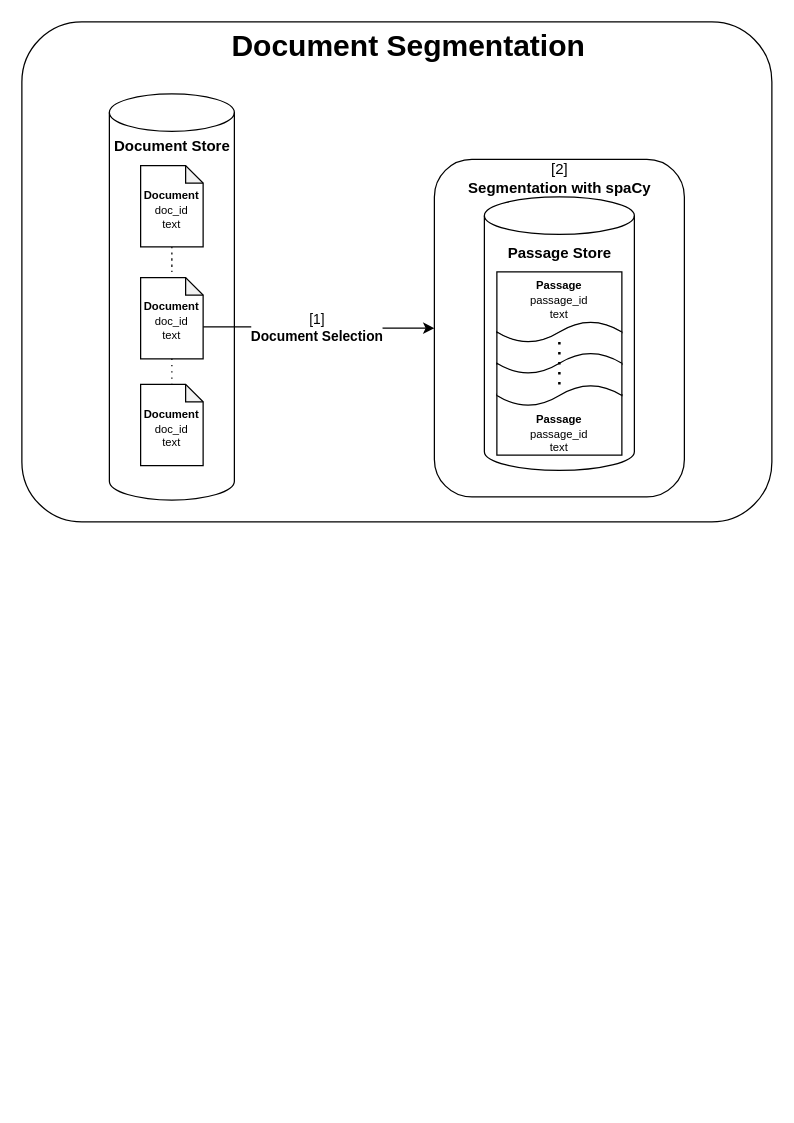
Before: page "document segmentation" (4 of 7) of thesis/graphics/drawio/stages.drawio in Integer-Ctrl/thesis-fhofer, a draw.io diagram. Source tidied: cells renumbered, new cells numbered last; positions are measured from the earlier drawing's top-left corner, leaving out a move shared by most shapes. Both pictures are drawn from the tidied source at 125%, with x=0, y=0 at pixel (21, 21).
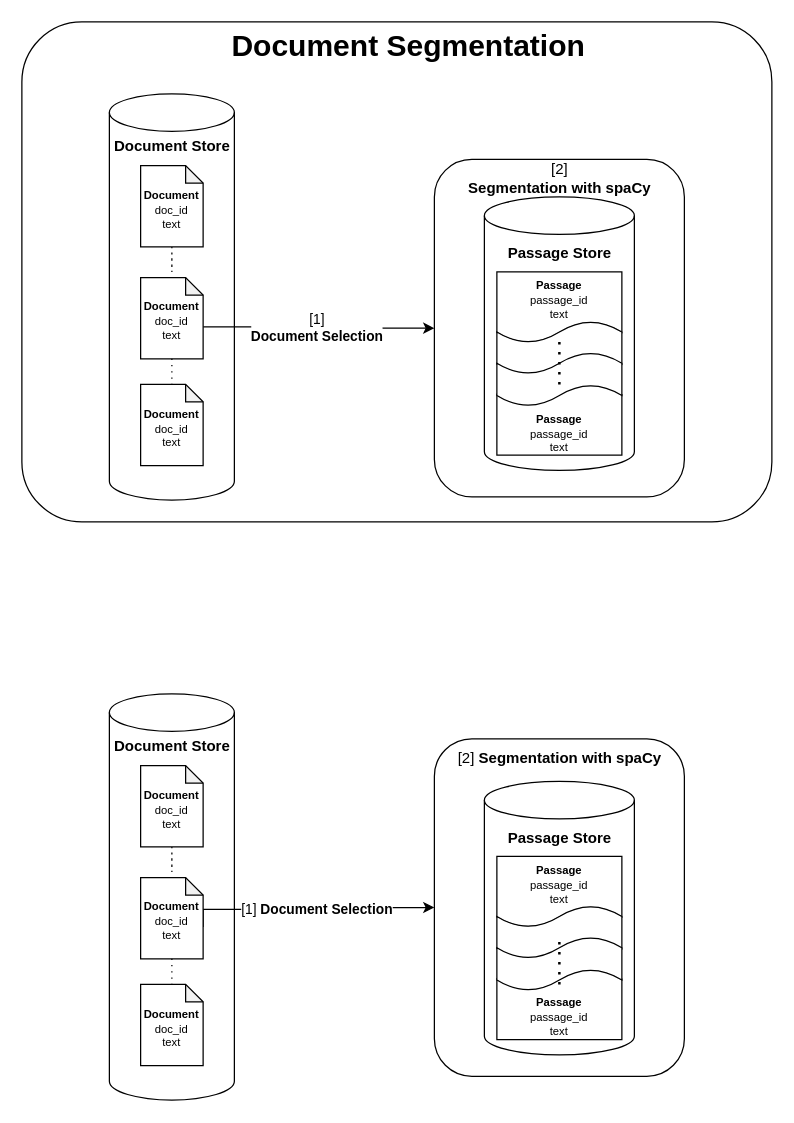
The same page after the edit.

The edit, as a diff of the source:
```diff
@@
+    <mxCell id="22" style="rounded=1;whiteSpace=wrap;html=1;" parent="1" vertex="1">
+      <mxGeometry x="330" y="573.5" width="200" height="270" as="geometry" />
+    </mxCell>
+    <mxCell id="23" style="shape=cylinder3;whiteSpace=wrap;html=1;boundedLbl=1;backgroundOutline=1;size=15;" parent="1" vertex="1">
+      <mxGeometry x="370" y="607.6" width="120" height="218.8" as="geometry" />
+    </mxCell>
+    <mxCell id="24" style="shape=cylinder3;whiteSpace=wrap;html=1;boundedLbl=1;backgroundOutline=1;size=15;" parent="1" vertex="1">
+      <mxGeometry x="70" y="537.5" width="100" height="325" as="geometry" />
+    </mxCell>
+    <mxCell id="25" style="edgeStyle=orthogonalEdgeStyle;rounded=0;jettySize=auto;html=1;exitX=0.5;exitY=1;exitDx=0;exitDy=0;exitPerimeter=0;dashed=1;dashPattern=1 4;endArrow=none;startFill=0;" parent="1" edge="1" source="26" target="29">
+      <mxGeometry relative="1" as="geometry" />
+    </mxCell>
+    <mxCell id="26" value="&lt;b&gt;&lt;font style=&quot;font-size: 9px;&quot;&gt;Document&lt;/font&gt;&lt;/b&gt;&lt;div style=&quot;line-height: 90%;&quot;&gt;&lt;font style=&quot;font-size: 9px; line-height: 90%;&quot;&gt;doc_id&lt;/font&gt;&lt;/div&gt;&lt;div style=&quot;line-height: 90%;&quot;&gt;&lt;font style=&quot;font-size: 9px; line-height: 90%;&quot;&gt;text&lt;/font&gt;&lt;/div&gt;" style="shape=note;whiteSpace=wrap;html=1;backgroundOutline=1;darkOpacity=0.05;size=14;" parent="1" vertex="1">
+      <mxGeometry x="95" y="595" width="50" height="65" as="geometry" />
+    </mxCell>
+    <mxCell id="27" style="edgeStyle=orthogonalEdgeStyle;rounded=0;jettySize=auto;html=1;exitX=0;exitY=0;exitDx=50;exitDy=39.5;exitPerimeter=0;entryX=0;entryY=0.5;entryDx=0;entryDy=0;" parent="1" edge="1" source="29" target="22">
+      <mxGeometry relative="1" as="geometry">
+        <Array as="points">
+          <mxPoint x="145" y="710" />
+          <mxPoint x="238" y="710" />
+          <mxPoint x="238" y="709" />
+        </Array>
+      </mxGeometry>
+    </mxCell>
+    <mxCell id="28" value="[1]&amp;nbsp;&lt;b style=&quot;color: light-dark(rgb(0, 0, 0), rgb(255, 255, 255)); background-color: light-dark(#ffffff, var(--ge-dark-color, #121212));&quot;&gt;Document Selection&lt;/b&gt;" style="edgeLabel;html=1;align=center;verticalAlign=middle;" parent="27" vertex="1">
+      <mxGeometry y="-2" relative="1" as="geometry">
+        <mxPoint x="4" y="-3" as="offset" />
+      </mxGeometry>
+    </mxCell>
+    <mxCell id="29" value="&lt;b&gt;&lt;font style=&quot;font-size: 9px;&quot;&gt;Document&lt;/font&gt;&lt;/b&gt;&lt;div style=&quot;line-height: 90%;&quot;&gt;&lt;font style=&quot;font-size: 9px; line-height: 90%;&quot;&gt;doc_id&lt;/font&gt;&lt;/div&gt;&lt;div style=&quot;line-height: 90%;&quot;&gt;&lt;font style=&quot;font-size: 9px; line-height: 90%;&quot;&gt;text&lt;/font&gt;&lt;/div&gt;" style="shape=note;whiteSpace=wrap;html=1;backgroundOutline=1;darkOpacity=0.05;size=14;" parent="1" vertex="1">
+      <mxGeometry x="95" y="684.5" width="50" height="65" as="geometry" />
+    </mxCell>
+    <mxCell id="30" value="[2]&amp;nbsp;&lt;b style=&quot;background-color: transparent; color: light-dark(rgb(0, 0, 0), rgb(255, 255, 255));&quot;&gt;Segmentation with spaCy&lt;/b&gt;" style="text;html=1;align=center;verticalAlign=middle;strokeColor=none;fillColor=none;" parent="1" vertex="1">
+      <mxGeometry x="335" y="573.5" width="190" height="30" as="geometry" />
+    </mxCell>
+    <mxCell id="31" value="&lt;b&gt;&lt;font style=&quot;font-size: 9px;&quot;&gt;Document&lt;/font&gt;&lt;/b&gt;&lt;div style=&quot;line-height: 90%;&quot;&gt;&lt;font style=&quot;font-size: 9px; line-height: 90%;&quot;&gt;doc_id&lt;/font&gt;&lt;/div&gt;&lt;div style=&quot;line-height: 90%;&quot;&gt;&lt;font style=&quot;font-size: 9px; line-height: 90%;&quot;&gt;text&lt;/font&gt;&lt;/div&gt;" style="shape=note;whiteSpace=wrap;html=1;backgroundOutline=1;darkOpacity=0.05;size=14;" parent="1" vertex="1">
+      <mxGeometry x="95" y="770" width="50" height="65" as="geometry" />
+    </mxCell>
+    <mxCell id="32" value="&lt;font style=&quot;font-size: 9px;&quot;&gt;&lt;b&gt;Passage&lt;/b&gt;&lt;/font&gt;&lt;div style=&quot;line-height: 90%;&quot;&gt;&lt;font style=&quot;font-size: 9px; line-height: 90%;&quot;&gt;passage_id&lt;/font&gt;&lt;/div&gt;&lt;div style=&quot;line-height: 90%;&quot;&gt;&lt;font style=&quot;font-size: 9px; line-height: 90%;&quot;&gt;text&lt;/font&gt;&lt;/div&gt;" style="shape=document;whiteSpace=wrap;html=1;boundedLbl=1;" parent="1" vertex="1">
+      <mxGeometry x="380" y="667.6" width="100" height="57" as="geometry" />
+    </mxCell>
+    <mxCell id="33" style="shape=tape;whiteSpace=wrap;html=1;" parent="1" vertex="1">
+      <mxGeometry x="380" y="707.1" width="100" height="43" as="geometry" />
+    </mxCell>
+    <mxCell id="34" value="&lt;font style=&quot;font-size: 9px;&quot;&gt;&lt;b style=&quot;&quot;&gt;Passage&lt;/b&gt;&lt;/font&gt;&lt;div style=&quot;line-height: 90%;&quot;&gt;&lt;font style=&quot;font-size: 9px; line-height: 90%;&quot;&gt;passage_id&lt;/font&gt;&lt;/div&gt;&lt;div style=&quot;line-height: 90%;&quot;&gt;&lt;font style=&quot;font-size: 9px; line-height: 90%;&quot;&gt;text&lt;/font&gt;&lt;/div&gt;" style="shape=document;whiteSpace=wrap;html=1;boundedLbl=1;direction=west;" parent="1" vertex="1">
+      <mxGeometry x="380" y="757.1" width="100" height="57" as="geometry" />
+    </mxCell>
+    <mxCell id="35" style="edgeStyle=orthogonalEdgeStyle;rounded=0;jettySize=auto;html=1;exitX=0.5;exitY=1;exitDx=0;exitDy=0;exitPerimeter=0;entryX=0.5;entryY=0;entryDx=0;entryDy=0;entryPerimeter=0;dashed=1;dashPattern=1 4;endArrow=none;startFill=0;" parent="1" edge="1" source="29" target="31">
+      <mxGeometry relative="1" as="geometry" />
+    </mxCell>
+    <mxCell id="36" value="&lt;b&gt;Document Store&lt;/b&gt;" style="text;html=1;align=center;verticalAlign=middle;strokeColor=none;fillColor=none;" parent="1" vertex="1">
+      <mxGeometry x="60" y="565" width="120" height="30" as="geometry" />
+    </mxCell>
+    <mxCell id="37" style="shape=tape;whiteSpace=wrap;html=1;" parent="1" vertex="1">
+      <mxGeometry x="380" y="732.1" width="100" height="43" as="geometry" />
+    </mxCell>
+    <mxCell id="38" value="&lt;b&gt;Passage Store&lt;/b&gt;" style="text;html=1;align=center;verticalAlign=middle;strokeColor=none;fillColor=none;" parent="1" vertex="1">
+      <mxGeometry x="375" y="637.6" width="110" height="30" as="geometry" />
+    </mxCell>
+    <mxCell id="39" style="endArrow=none;dashed=1;html=1;dashPattern=1 3;strokeWidth=2;rounded=0;" parent="1" edge="1">
+      <mxGeometry relative="1" as="geometry">
+        <mxPoint x="430" y="770" as="sourcePoint" />
+        <mxPoint x="430" y="730" as="targetPoint" />
+      </mxGeometry>
+    </mxCell>
```
